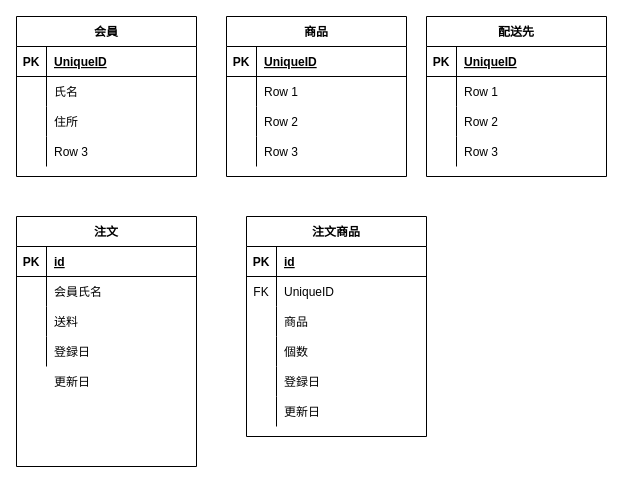
Before: Rennsyuu Diagram.drawio in 38takumi/-, a draw.io diagram. Source tidied: cells renumbered, new cells numbered last; positions are measured from the earlier drawing's top-left corner, leaving out a move shared by most shapes. Both pictures are drawn from the tidied source at 100%, with x=0, y=0 at pixel (16, 16).
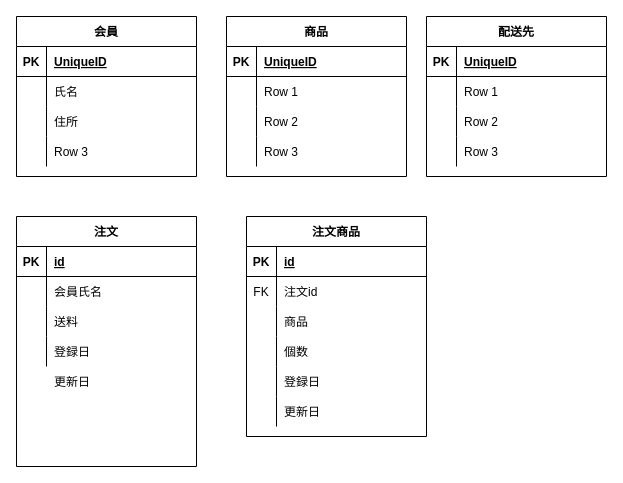
The same page after the edit.

Commit message:
Rennsyuu Diagram.drawio を更新します

Unchanged cells that the change refers to:
```xml
<mxCell id="61" style="shape=partialRectangle;fillColor=none;top=0;left=0;bottom=0;right=0;" parent="57" vertex="1">
  <mxGeometry y="60" width="180" height="30" as="geometry" />
</mxCell>
```

Diff of the diagram source:
```diff
@@
-    <mxCell id="63" value="UniqueID" style="shape=partialRectangle;fillColor=none;top=0;left=0;bottom=0;right=0;align=left;spacingLeft=6;fontStyle=0;overflow=hidden;" parent="61" vertex="1">
+    <mxCell id="63" value="注文id" style="shape=partialRectangle;fillColor=none;top=0;left=0;bottom=0;right=0;align=left;spacingLeft=6;fontStyle=0;overflow=hidden;" parent="61" vertex="1">
       <mxGeometry x="30" width="150" height="30" as="geometry" />
     </mxCell>
```
